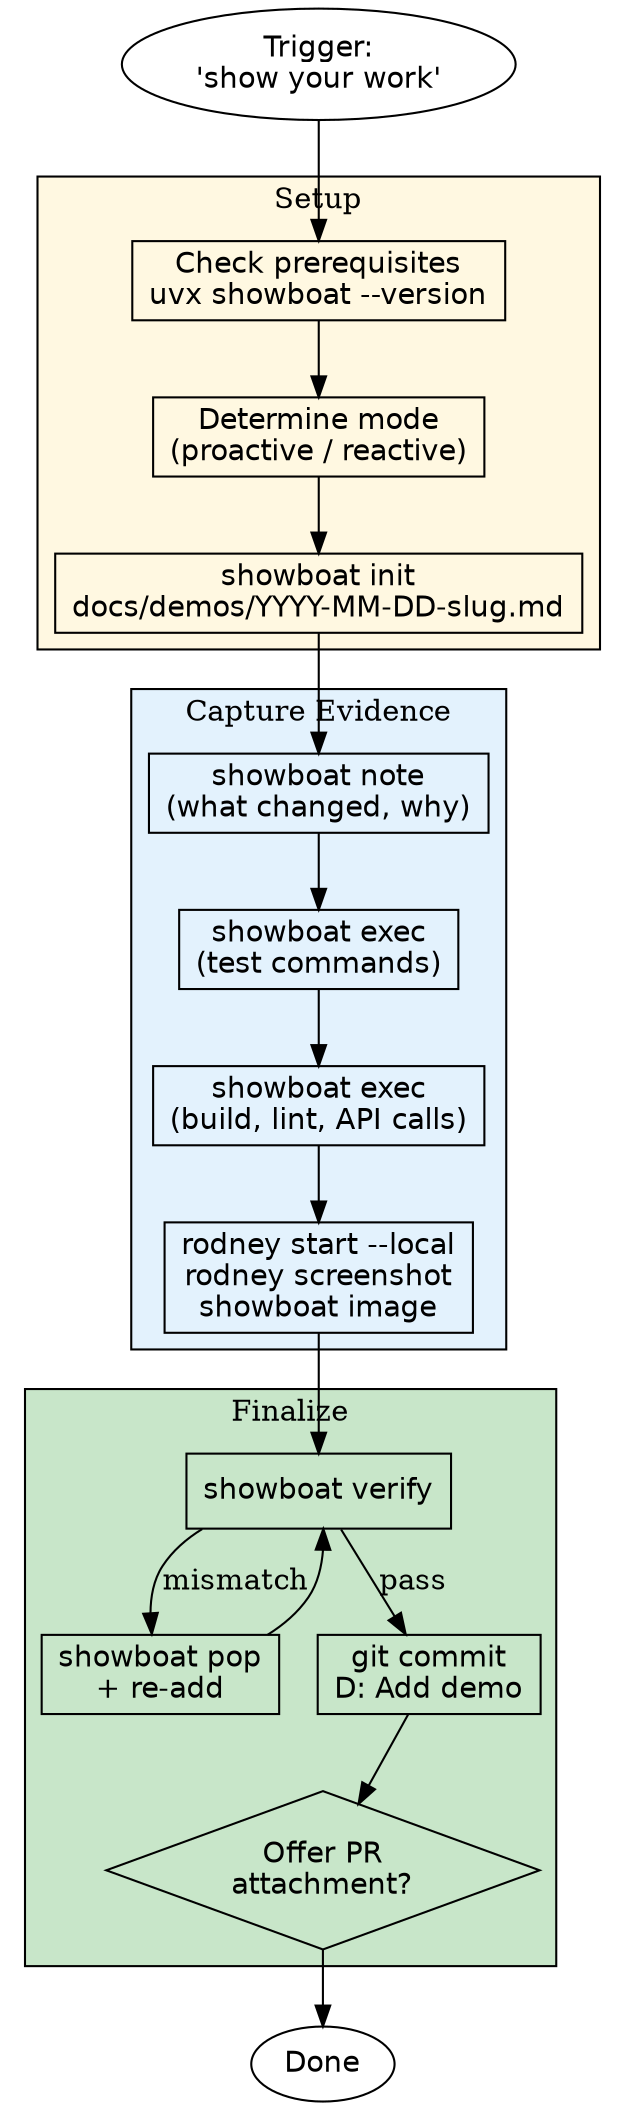
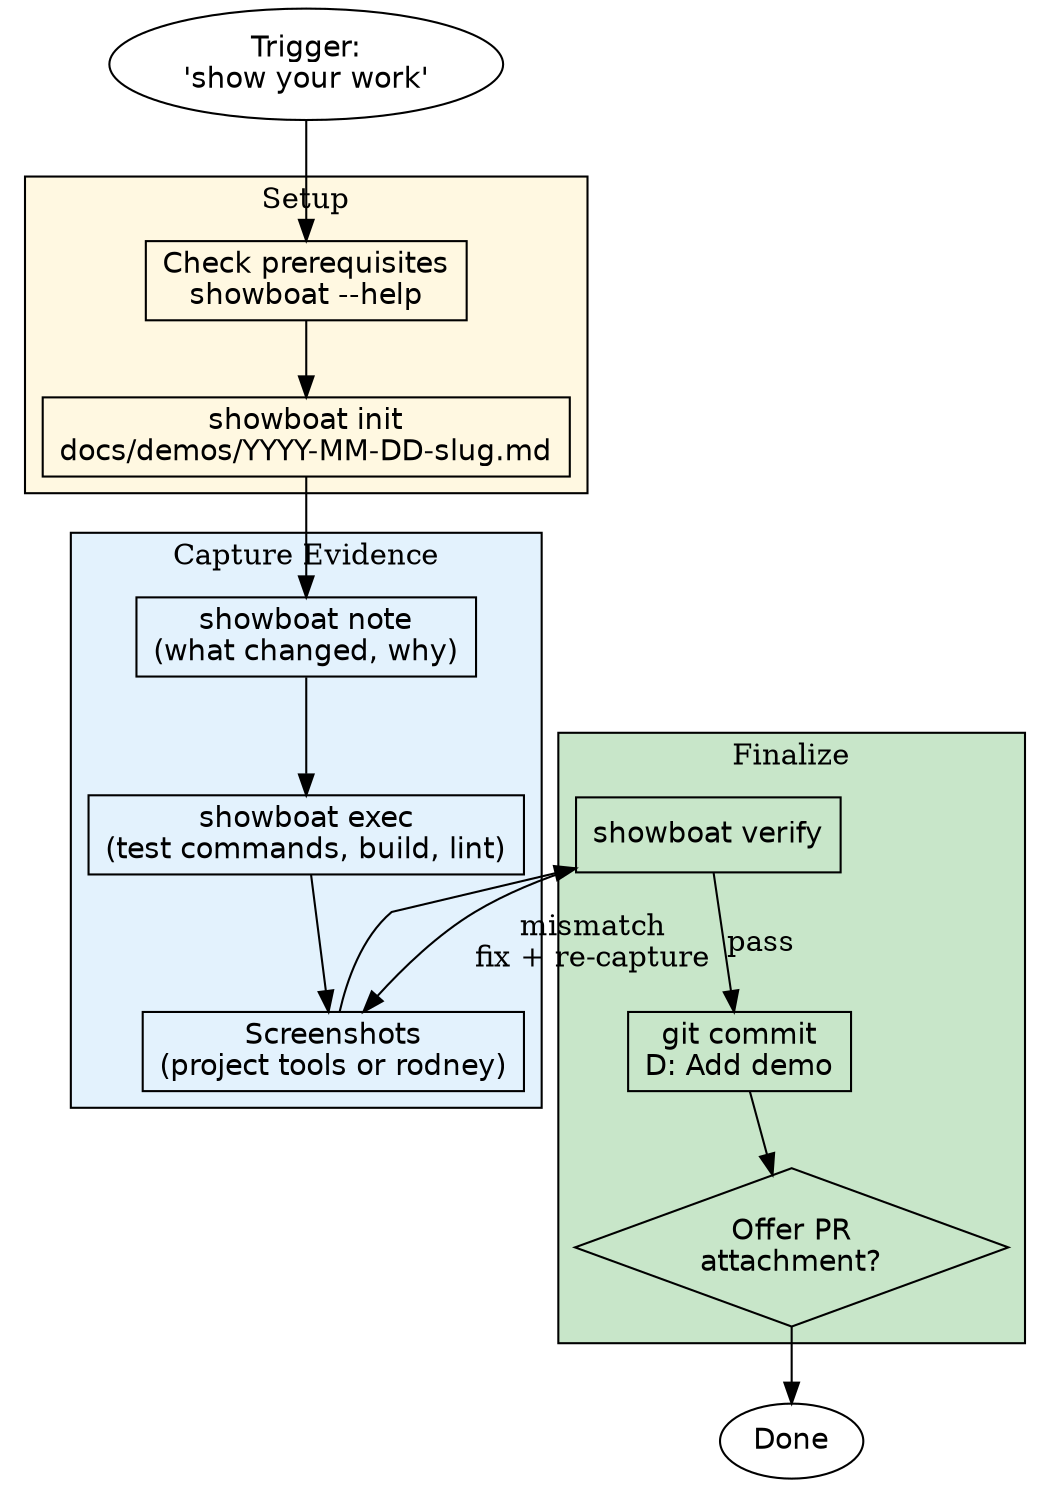
digraph workflow {
    rankdir=TB;
    compound=true;
    node [shape=box fontname="Helvetica"];

    trigger [label="Trigger:\n'show your work'" shape=ellipse];

    subgraph cluster_setup {
        label="Setup";
        style=filled;
        fillcolor="#fff8e1";
-         check [label="Check prerequisites\nuvx showboat --version"];
-         mode [label="Determine mode\n(proactive / reactive)"];
+         check [label="Check prerequisites\nshowboat --help"];
        init [label="showboat init\ndocs/demos/YYYY-MM-DD-slug.md"];
    }

    subgraph cluster_capture {
        label="Capture Evidence";
        style=filled;
        fillcolor="#e3f2fd";
        context [label="showboat note\n(what changed, why)"];
-         tests [label="showboat exec\n(test commands)"];
-         commands [label="showboat exec\n(build, lint, API calls)"];
-         screenshots [label="rodney start --local\nrodney screenshot\nshowboat image"];
+         tests [label="showboat exec\n(test commands, build, lint)"];
+         screenshots [label="Screenshots\n(project tools or rodney)"];
    }

    subgraph cluster_finalize {
        label="Finalize";
        style=filled;
        fillcolor="#c8e6c9";
        verify [label="showboat verify"];
-         fix [label="showboat pop\n+ re-add"];
        commit_doc [label="git commit\nD: Add demo"];
        offer_pr [label="Offer PR\nattachment?" shape=diamond];
    }

    done [label="Done" shape=ellipse];

    trigger -> check;
-     check -> mode;
-     mode -> init;
+     check -> init;
    init -> context;
    context -> tests;
-     tests -> commands;
-     commands -> screenshots;
+     tests -> screenshots;
    screenshots -> verify;
    verify -> commit_doc [label="pass"];
-     verify -> fix [label="mismatch"];
-     fix -> verify;
+     verify -> screenshots [label="mismatch\nfix + re-capture"];
    commit_doc -> offer_pr;
    offer_pr -> done;
}
